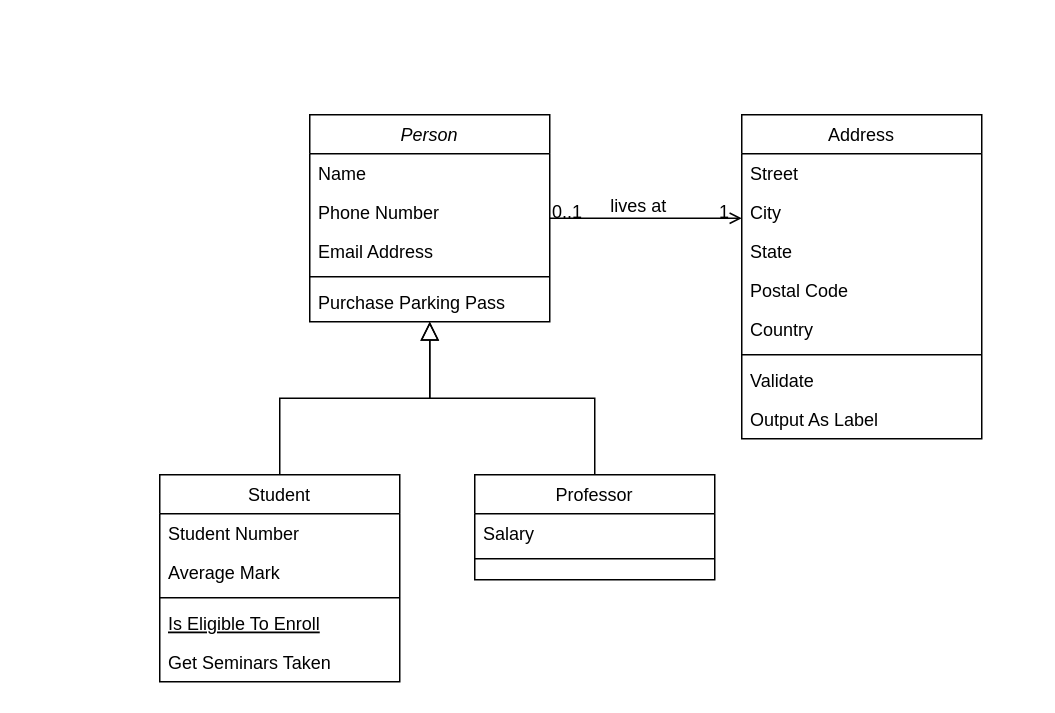
Before: LMM.drawio in ORE01/Dashboard, a draw.io diagram. Source tidied: cells renumbered, new cells numbered last; positions are measured from the earlier drawing's top-left corner, leaving out a move shared by most shapes. Both pictures are drawn from the tidied source at 150%, with x=0, y=0 at pixel (159, 114).
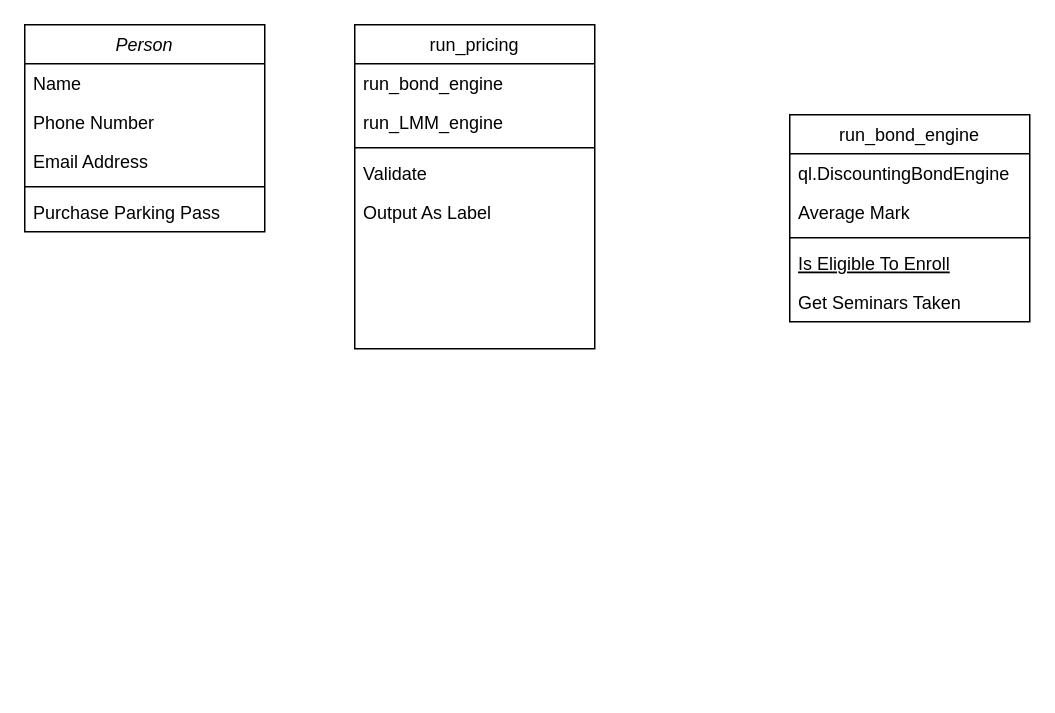
After the change.

Diff of the diagram source:
```diff
@@
     <mxCell id="2" value="Person" style="swimlane;fontStyle=2;align=center;verticalAlign=top;horizontal=1;startSize=26;rounded=0;shadow=0;strokeWidth=1;" parent="1" vertex="1">
-      <mxGeometry x="100" width="160" height="138" as="geometry" />
+      <mxGeometry x="-90" y="-60" width="160" height="138" as="geometry" />
     </mxCell>
@@
-    <mxCell id="8" value="Student" style="swimlane;fontStyle=0;align=center;verticalAlign=top;horizontal=1;startSize=26;rounded=0;shadow=0;strokeWidth=1;" parent="1" vertex="1">
-      <mxGeometry y="240" width="160" height="138" as="geometry" />
+    <mxCell id="8" value="run_bond_engine" style="swimlane;fontStyle=0;align=center;verticalAlign=top;horizontal=1;startSize=26;rounded=0;shadow=0;strokeWidth=1;" parent="1" vertex="1">
+      <mxGeometry x="420" width="160" height="138" as="geometry" />
     </mxCell>
-    <mxCell id="9" value="Student Number" style="text;align=left;verticalAlign=top;spacingLeft=4;spacingRight=4;overflow=hidden;" parent="8" vertex="1">
+    <mxCell id="9" value="ql.DiscountingBondEngine" style="text;align=left;verticalAlign=top;spacingLeft=4;spacingRight=4;overflow=hidden;" parent="8" vertex="1">
       <mxGeometry y="26" width="160" height="26" as="geometry" />
     </mxCell>
@@
-    <mxCell id="14" style="endArrow=block;endSize=10;endFill=0;shadow=0;strokeWidth=1;rounded=0;curved=0;edgeStyle=elbowEdgeStyle;elbow=vertical;" parent="1" edge="1" source="8" target="2">
-      <mxGeometry relative="1" as="geometry" />
-    </mxCell>
-    <mxCell id="15" value="Professor" style="swimlane;fontStyle=0;align=center;verticalAlign=top;horizontal=1;startSize=26;rounded=0;shadow=0;strokeWidth=1;" parent="1" vertex="1">
-      <mxGeometry x="210" y="240" width="160" height="70" as="geometry" />
-    </mxCell>
-    <mxCell id="16" value="Salary" style="text;align=left;verticalAlign=top;spacingLeft=4;spacingRight=4;overflow=hidden;" parent="15" vertex="1">
-      <mxGeometry y="26" width="160" height="26" as="geometry" />
-    </mxCell>
-    <mxCell id="17" style="line;html=1;strokeWidth=1;align=left;verticalAlign=middle;spacingTop=-1;spacingLeft=3;spacingRight=3;labelPosition=right;" parent="15" vertex="1">
-      <mxGeometry y="52" width="160" height="8" as="geometry" />
-    </mxCell>
-    <mxCell id="18" style="endArrow=block;endSize=10;endFill=0;shadow=0;strokeWidth=1;rounded=0;curved=0;edgeStyle=elbowEdgeStyle;elbow=vertical;" parent="1" edge="1" source="15" target="2">
-      <mxGeometry relative="1" as="geometry" />
-    </mxCell>
-    <mxCell id="19" value="Address" style="swimlane;fontStyle=0;align=center;verticalAlign=top;horizontal=1;startSize=26;rounded=0;shadow=0;strokeWidth=1;" parent="1" vertex="1">
-      <mxGeometry x="388" width="160" height="216" as="geometry" />
+    <mxCell id="19" value="run_pricing" style="swimlane;fontStyle=0;align=center;verticalAlign=top;horizontal=1;startSize=26;rounded=0;shadow=0;strokeWidth=1;" parent="1" vertex="1">
+      <mxGeometry x="130" y="-60" width="160" height="216" as="geometry" />
     </mxCell>
-    <mxCell id="20" value="Street" style="text;align=left;verticalAlign=top;spacingLeft=4;spacingRight=4;overflow=hidden;" parent="19" vertex="1">
+    <mxCell id="20" value="run_bond_engine" style="text;align=left;verticalAlign=top;spacingLeft=4;spacingRight=4;overflow=hidden;" parent="19" vertex="1">
       <mxGeometry y="26" width="160" height="26" as="geometry" />
     </mxCell>
-    <mxCell id="21" value="City" style="text;align=left;verticalAlign=top;spacingLeft=4;spacingRight=4;overflow=hidden;rounded=0;shadow=0;html=0;" parent="19" vertex="1">
+    <mxCell id="21" value="run_LMM_engine" style="text;align=left;verticalAlign=top;spacingLeft=4;spacingRight=4;overflow=hidden;rounded=0;shadow=0;html=0;" parent="19" vertex="1">
       <mxGeometry y="52" width="160" height="26" as="geometry" />
     </mxCell>
-    <mxCell id="22" value="State" style="text;align=left;verticalAlign=top;spacingLeft=4;spacingRight=4;overflow=hidden;rounded=0;shadow=0;html=0;" parent="19" vertex="1">
-      <mxGeometry y="78" width="160" height="26" as="geometry" />
-    </mxCell>
-    <mxCell id="23" value="Postal Code" style="text;align=left;verticalAlign=top;spacingLeft=4;spacingRight=4;overflow=hidden;rounded=0;shadow=0;html=0;" parent="19" vertex="1">
-      <mxGeometry y="104" width="160" height="26" as="geometry" />
-    </mxCell>
-    <mxCell id="24" value="Country" style="text;align=left;verticalAlign=top;spacingLeft=4;spacingRight=4;overflow=hidden;rounded=0;shadow=0;html=0;" parent="19" vertex="1">
-      <mxGeometry y="130" width="160" height="26" as="geometry" />
-    </mxCell>
     <mxCell id="25" style="line;html=1;strokeWidth=1;align=left;verticalAlign=middle;spacingTop=-1;spacingLeft=3;spacingRight=3;labelPosition=right;" parent="19" vertex="1">
-      <mxGeometry y="156" width="160" height="8" as="geometry" />
+      <mxGeometry y="78" width="160" height="8" as="geometry" />
     </mxCell>
     <mxCell id="26" value="Validate" style="text;align=left;verticalAlign=top;spacingLeft=4;spacingRight=4;overflow=hidden;" parent="19" vertex="1">
-      <mxGeometry y="164" width="160" height="26" as="geometry" />
+      <mxGeometry y="86" width="160" height="26" as="geometry" />
     </mxCell>
     <mxCell id="27" value="Output As Label" style="text;align=left;verticalAlign=top;spacingLeft=4;spacingRight=4;overflow=hidden;" parent="19" vertex="1">
-      <mxGeometry y="190" width="160" height="26" as="geometry" />
+      <mxGeometry y="112" width="160" height="26" as="geometry" />
     </mxCell>
-    <mxCell id="28" style="endArrow=open;shadow=0;strokeWidth=1;rounded=0;curved=0;endFill=1;edgeStyle=elbowEdgeStyle;elbow=vertical;" parent="1" edge="1" source="2" target="19">
-      <mxGeometry x="0.5" y="41" relative="1" as="geometry">
-        <mxPoint x="-40" y="32" as="offset" />
-      </mxGeometry>
-    </mxCell>
-    <mxCell id="29" value="0..1" style="align=left;verticalAlign=bottom;labelBackgroundColor=none;fontSize=12;" parent="28" vertex="1">
-      <mxGeometry x="-1" relative="1" as="geometry">
-        <mxPoint y="4" as="offset" />
-      </mxGeometry>
-    </mxCell>
-    <mxCell id="30" value="1" style="align=right;verticalAlign=bottom;labelBackgroundColor=none;fontSize=12;" parent="28" vertex="1">
-      <mxGeometry x="1" relative="1" as="geometry">
-        <mxPoint x="-7" y="4" as="offset" />
-      </mxGeometry>
-    </mxCell>
-    <mxCell id="31" value="lives at" style="text;html=1;align=center;verticalAlign=middle;labelBackgroundColor=none;rounded=0;shadow=0;strokeWidth=1;fontSize=12;" parent="28" vertex="1">
-      <mxGeometry x="0.5" y="49" relative="1" as="geometry">
-        <mxPoint x="-38" y="40" as="offset" />
-      </mxGeometry>
-    </mxCell>
```
